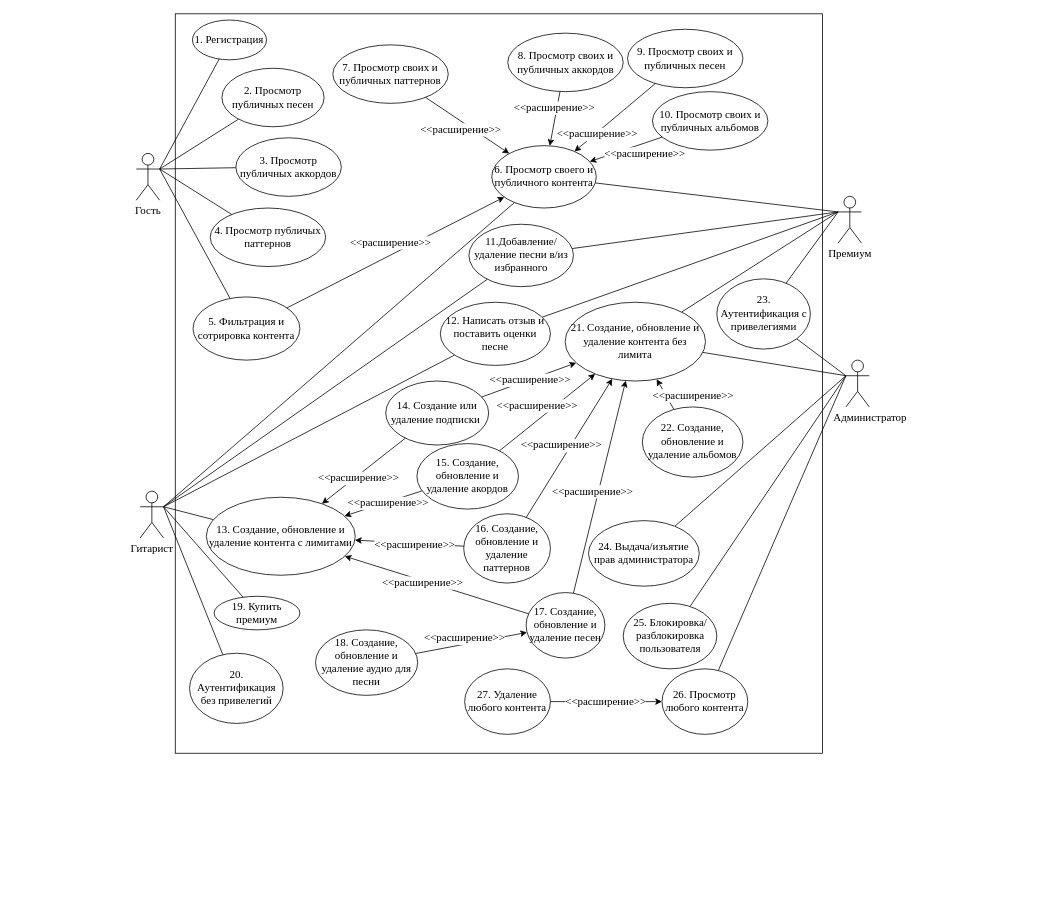
Earlier version of the draw.io diagram Docs/Graph/UseCase.drawio (N1i2/GuitarNotepade). Source tidied: cells renumbered, new cells numbered last; positions are measured from the earlier drawing's top-left corner, leaving out a move shared by most shapes. Both pictures are drawn from the tidied source at 78%, with x=0, y=0 at pixel (136, 13).
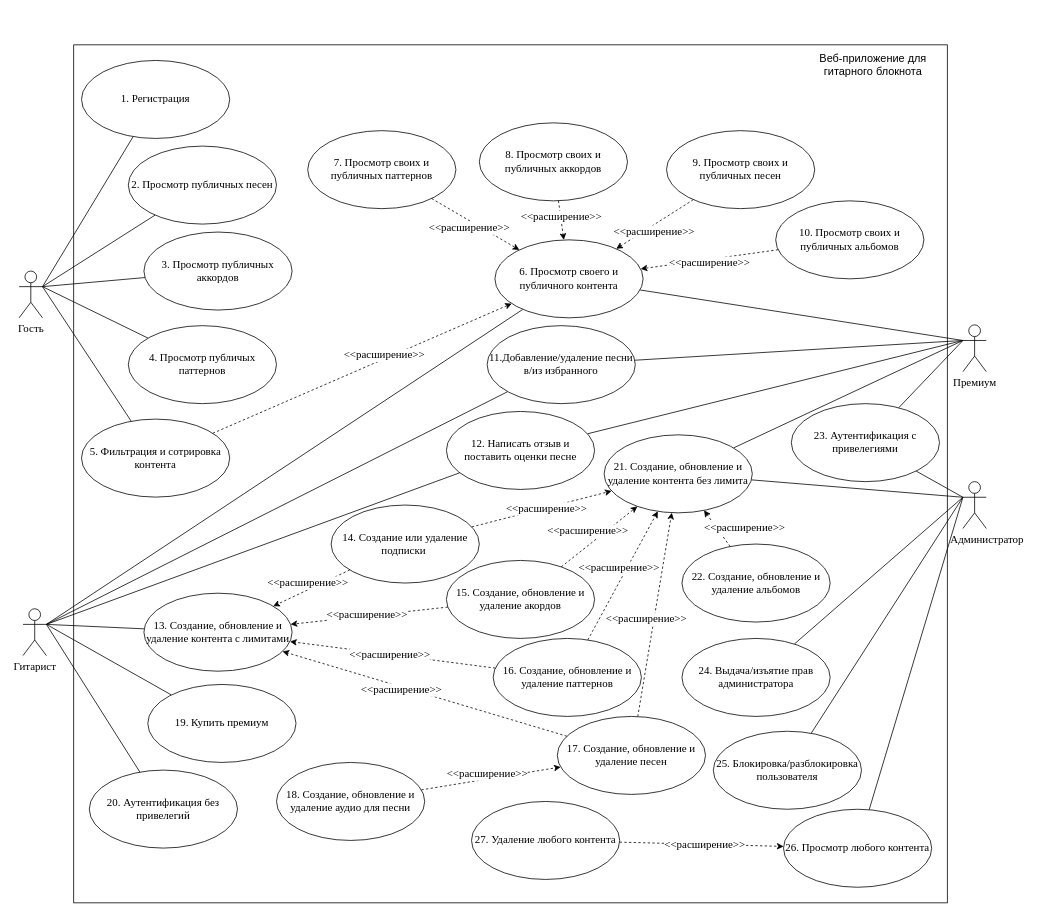
Above is the later version.

Diff of the diagram source:
```diff
@@
     <mxCell id="2" style="rounded=0;whiteSpace=wrap;html=1;fontFamily=Times New Roman;fontSize=14;" parent="1" vertex="1">
-      <mxGeometry x="50.2" y="0.2" width="829.8" height="948" as="geometry" />
+      <mxGeometry x="-80" y="40" width="1120" height="1100" as="geometry" />
     </mxCell>
@@
     <mxCell id="8" value="&lt;font&gt;Гость&lt;/font&gt;" style="shape=umlActor;verticalLabelPosition=bottom;verticalAlign=top;html=1;outlineConnect=0;fontFamily=Times New Roman;fontSize=14;" parent="1" vertex="1">
-      <mxGeometry x="0.2" y="179.2" width="30" height="60" as="geometry" />
+      <mxGeometry x="-150" y="330" width="30" height="60" as="geometry" />
     </mxCell>
@@
     <mxCell id="15" value="Гитарист" style="shape=umlActor;verticalLabelPosition=bottom;verticalAlign=top;html=1;outlineConnect=0;fontFamily=Times New Roman;fontSize=14;" parent="1" vertex="1">
-      <mxGeometry x="5.2" y="612.2" width="30" height="60" as="geometry" />
+      <mxGeometry x="-145" y="763" width="30" height="60" as="geometry" />
     </mxCell>
@@
     <mxCell id="21" value="Премиум" style="shape=umlActor;verticalLabelPosition=bottom;verticalAlign=top;html=1;outlineConnect=0;fontFamily=Times New Roman;fontSize=14;" parent="1" vertex="1">
-      <mxGeometry x="900" y="234.2" width="30" height="60" as="geometry" />
+      <mxGeometry x="1060" y="399" width="30" height="60" as="geometry" />
     </mxCell>
@@
     <mxCell id="27" value="&amp;nbsp; &amp;nbsp; &amp;nbsp; &amp;nbsp; &amp;nbsp;Администратор" style="shape=umlActor;verticalLabelPosition=bottom;verticalAlign=top;html=1;outlineConnect=0;fontFamily=Times New Roman;fontSize=14;" parent="1" vertex="1">
-      <mxGeometry x="910" y="444.2" width="30" height="60" as="geometry" />
+      <mxGeometry x="1060" y="600" width="30" height="60" as="geometry" />
     </mxCell>
     <mxCell id="28" value="&lt;font&gt;1. Регистрация&lt;/font&gt;" style="ellipse;whiteSpace=wrap;html=1;fontFamily=Times New Roman;fontSize=14;" parent="1" vertex="1">
-      <mxGeometry x="72.2" y="8.2" width="95" height="51" as="geometry" />
+      <mxGeometry x="-70" y="60" width="190" height="100" as="geometry" />
     </mxCell>
     <mxCell id="29" value="&lt;font&gt;9. Просмотр своих и публичных песен&lt;/font&gt;" style="ellipse;whiteSpace=wrap;html=1;fontFamily=Times New Roman;fontSize=14;" parent="1" vertex="1">
-      <mxGeometry x="630" y="20" width="148" height="75" as="geometry" />
+      <mxGeometry x="680" y="150" width="190" height="100" as="geometry" />
     </mxCell>
     <mxCell id="30" value="&lt;font&gt;8. Просмотр своих и публичных аккордов&lt;/font&gt;" style="ellipse;whiteSpace=wrap;html=1;fontFamily=Times New Roman;fontSize=14;" parent="1" vertex="1">
-      <mxGeometry x="476.5" y="25" width="148" height="75" as="geometry" />
+      <mxGeometry x="440" y="140" width="190" height="100" as="geometry" />
     </mxCell>
     <mxCell id="31" value="&lt;font&gt;7. Просмотр своих и публичных паттернов&lt;/font&gt;" style="ellipse;whiteSpace=wrap;html=1;fontFamily=Times New Roman;fontSize=14;" parent="1" vertex="1">
-      <mxGeometry x="252.2" y="40" width="148" height="75" as="geometry" />
+      <mxGeometry x="220" y="150" width="190" height="100" as="geometry" />
     </mxCell>
     <mxCell id="32" value="&lt;font&gt;6. Просмотр своего и публичного контента&lt;/font&gt;" style="ellipse;whiteSpace=wrap;html=1;fontFamily=Times New Roman;fontSize=14;" parent="1" vertex="1">
-      <mxGeometry x="456" y="169.2" width="134" height="80" as="geometry" />
+      <mxGeometry x="460" y="290" width="190" height="100" as="geometry" />
     </mxCell>
     <mxCell id="33" value="&lt;font&gt;10. Просмотр своих и публичных альбомов&lt;/font&gt;" style="ellipse;whiteSpace=wrap;html=1;fontFamily=Times New Roman;fontSize=14;" parent="1" vertex="1">
-      <mxGeometry x="662" y="100" width="148" height="75" as="geometry" />
+      <mxGeometry x="820" y="240" width="190" height="100" as="geometry" />
     </mxCell>
-    <mxCell id="34" style="endArrow=classic;html=1;rounded=0;fontFamily=Times New Roman;fontSize=14;" parent="1" edge="1" source="33" target="32">
+    <mxCell id="34" style="endArrow=classic;html=1;rounded=0;fontFamily=Times New Roman;fontSize=14;dashed=1;" parent="1" edge="1" source="33" target="32">
       <mxGeometry relative="1" as="geometry" />
     </mxCell>
     <mxCell id="35" value="&lt;font&gt;&amp;lt;&amp;lt;расширение&amp;gt;&amp;gt;&lt;/font&gt;" style="edgeLabel;html=1;align=center;verticalAlign=middle;fontFamily=Times New Roman;fontSize=14;" parent="34" vertex="1">
       <mxGeometry x="0.16" y="2" relative="1" as="geometry">
-        <mxPoint x="30" y="1" as="offset" />
+        <mxPoint x="13" y="1" as="offset" />
       </mxGeometry>
     </mxCell>
-    <mxCell id="36" style="endArrow=classic;html=1;rounded=0;fontFamily=Times New Roman;fontSize=14;" parent="1" edge="1" source="29" target="32">
+    <mxCell id="36" style="endArrow=classic;html=1;rounded=0;fontFamily=Times New Roman;fontSize=14;dashed=1;" parent="1" edge="1" source="29" target="32">
       <mxGeometry relative="1" as="geometry" />
     </mxCell>
     <mxCell id="37" value="&lt;font&gt;&amp;lt;&amp;lt;расширение&amp;gt;&amp;gt;&lt;/font&gt;" style="edgeLabel;html=1;align=center;verticalAlign=middle;fontFamily=Times New Roman;fontSize=14;" parent="36" vertex="1">
       <mxGeometry x="0.16" y="2" relative="1" as="geometry">
-        <mxPoint x="-16" y="13" as="offset" />
+        <mxPoint x="5" y="3" as="offset" />
       </mxGeometry>
     </mxCell>
-    <mxCell id="38" style="endArrow=classic;html=1;rounded=0;fontFamily=Times New Roman;fontSize=14;" parent="1" edge="1" source="30" target="32">
+    <mxCell id="38" style="endArrow=classic;html=1;rounded=0;fontFamily=Times New Roman;fontSize=14;dashed=1;" parent="1" edge="1" source="30" target="32">
       <mxGeometry relative="1" as="geometry" />
     </mxCell>
     <mxCell id="39" value="&lt;font&gt;&amp;lt;&amp;lt;расширение&amp;gt;&amp;gt;&lt;/font&gt;" style="edgeLabel;html=1;align=center;verticalAlign=middle;fontFamily=Times New Roman;fontSize=14;" parent="38" vertex="1">
       <mxGeometry x="0.16" y="2" relative="1" as="geometry">
-        <mxPoint x="-2" y="-20" as="offset" />
+        <mxPoint x="-3" y="-8" as="offset" />
       </mxGeometry>
     </mxCell>
-    <mxCell id="40" style="endArrow=classic;html=1;rounded=0;fontFamily=Times New Roman;fontSize=14;" parent="1" edge="1" source="31" target="32">
+    <mxCell id="40" style="endArrow=classic;html=1;rounded=0;fontFamily=Times New Roman;fontSize=14;dashed=1;" parent="1" edge="1" source="31" target="32">
       <mxGeometry relative="1" as="geometry" />
     </mxCell>
@@
-    <mxCell id="42" style="endArrow=classic;html=1;rounded=0;fontFamily=Times New Roman;fontSize=14;" parent="1" edge="1" source="84" target="32">
+    <mxCell id="42" style="endArrow=classic;html=1;rounded=0;fontFamily=Times New Roman;fontSize=14;dashed=1;" parent="1" edge="1" source="84" target="32">
       <mxGeometry relative="1" as="geometry" />
     </mxCell>
     <mxCell id="43" value="&lt;font&gt;&amp;lt;&amp;lt;расширение&amp;gt;&amp;gt;&lt;/font&gt;" style="edgeLabel;html=1;align=center;verticalAlign=middle;fontFamily=Times New Roman;fontSize=14;" parent="42" vertex="1">
       <mxGeometry x="0.16" y="2" relative="1" as="geometry">
-        <mxPoint x="-28" as="offset" />
+        <mxPoint x="-2" y="-2" as="offset" />
       </mxGeometry>
     </mxCell>
     <mxCell id="44" value="&lt;font&gt;11.Добавление/удаление песни в/из избранного&lt;/font&gt;" style="ellipse;whiteSpace=wrap;html=1;fontFamily=Times New Roman;fontSize=14;" parent="1" vertex="1">
-      <mxGeometry x="426.7" y="270" width="134" height="80" as="geometry" />
+      <mxGeometry x="450" y="400" width="190" height="100" as="geometry" />
     </mxCell>
     <mxCell id="45" value="&lt;font&gt;13. Создание, обновление и удаление контента с лимитами&lt;/font&gt;" style="ellipse;whiteSpace=wrap;html=1;fontFamily=Times New Roman;fontSize=14;" parent="1" vertex="1">
-      <mxGeometry x="90" y="620" width="191" height="100" as="geometry" />
+      <mxGeometry x="10" y="743" width="190" height="100" as="geometry" />
     </mxCell>
     <mxCell id="46" value="&lt;font&gt;19. Купить премиум&lt;/font&gt;" style="ellipse;whiteSpace=wrap;html=1;fontFamily=Times New Roman;fontSize=14;" parent="1" vertex="1">
-      <mxGeometry x="100" y="747" width="110" height="43" as="geometry" />
+      <mxGeometry x="15" y="860" width="190" height="100" as="geometry" />
     </mxCell>
     <mxCell id="47" value="&lt;font&gt;12. Написать отзыв и поставить оценки песне&lt;/font&gt;" style="ellipse;whiteSpace=wrap;html=1;fontFamily=Times New Roman;fontSize=14;" parent="1" vertex="1">
-      <mxGeometry x="390" y="370" width="141.2" height="81" as="geometry" />
+      <mxGeometry x="397.8" y="510" width="190" height="100" as="geometry" />
     </mxCell>
     <mxCell id="48" value="&lt;font&gt;14. Создание или удаление подписки&amp;nbsp;&lt;/font&gt;" style="ellipse;whiteSpace=wrap;html=1;fontFamily=Times New Roman;fontSize=14;" parent="1" vertex="1">
-      <mxGeometry x="320" y="471" width="132" height="82" as="geometry" />
+      <mxGeometry x="250" y="630" width="190" height="100" as="geometry" />
     </mxCell>
-    <mxCell id="49" style="endArrow=classic;html=1;rounded=0;fontFamily=Times New Roman;fontSize=14;" parent="1" edge="1" source="48" target="45">
+    <mxCell id="49" style="endArrow=classic;html=1;rounded=0;fontFamily=Times New Roman;fontSize=14;dashed=1;" parent="1" edge="1" source="48" target="45">
       <mxGeometry relative="1" as="geometry" />
     </mxCell>
     <mxCell id="50" value="&lt;font&gt;&amp;lt;&amp;lt;расширение&amp;gt;&amp;gt;&lt;/font&gt;" style="edgeLabel;html=1;align=center;verticalAlign=middle;fontFamily=Times New Roman;fontSize=14;" parent="49" vertex="1">
       <mxGeometry x="0.16" y="2" relative="1" as="geometry">
-        <mxPoint y="1" as="offset" />
+        <mxPoint x="2" y="-12" as="offset" />
       </mxGeometry>
     </mxCell>
     <mxCell id="51" value="&lt;font&gt;15. Создание, обновление и удаление акордов&lt;/font&gt;" style="ellipse;whiteSpace=wrap;html=1;fontFamily=Times New Roman;fontSize=14;" parent="1" vertex="1">
-      <mxGeometry x="360" y="551.2" width="130.2" height="84" as="geometry" />
+      <mxGeometry x="397.8" y="701" width="190" height="100" as="geometry" />
     </mxCell>
     <mxCell id="52" value="&lt;font&gt;16. Создание, обновление и удаление паттернов&lt;/font&gt;" style="ellipse;whiteSpace=wrap;html=1;fontFamily=Times New Roman;fontSize=14;" parent="1" vertex="1">
-      <mxGeometry x="420" y="641.2" width="111.2" height="88.8" as="geometry" />
+      <mxGeometry x="457.8" y="801" width="190" height="100" as="geometry" />
     </mxCell>
     <mxCell id="53" value="17. Создание, обновление и удаление песен" style="ellipse;whiteSpace=wrap;html=1;fontFamily=Times New Roman;fontSize=14;" parent="1" vertex="1">
-      <mxGeometry x="500" y="742.2" width="101" height="84" as="geometry" />
+      <mxGeometry x="540" y="901" width="190" height="100" as="geometry" />
     </mxCell>
-    <mxCell id="54" style="endArrow=classic;html=1;rounded=0;fontFamily=Times New Roman;fontSize=14;" parent="1" edge="1" source="51" target="45">
+    <mxCell id="54" style="endArrow=classic;html=1;rounded=0;fontFamily=Times New Roman;fontSize=14;dashed=1;" parent="1" edge="1" source="51" target="45">
       <mxGeometry relative="1" as="geometry" />
     </mxCell>
@@
-    <mxCell id="56" style="endArrow=classic;html=1;rounded=0;fontFamily=Times New Roman;fontSize=14;" parent="1" edge="1" source="52" target="45">
+    <mxCell id="56" style="endArrow=classic;html=1;rounded=0;fontFamily=Times New Roman;fontSize=14;dashed=1;" parent="1" edge="1" source="52" target="45">
       <mxGeometry relative="1" as="geometry" />
     </mxCell>
@@
-    <mxCell id="58" style="endArrow=classic;html=1;rounded=0;fontFamily=Times New Roman;fontSize=14;" parent="1" edge="1" source="53" target="45">
+    <mxCell id="58" style="endArrow=classic;html=1;rounded=0;fontFamily=Times New Roman;fontSize=14;dashed=1;" parent="1" edge="1" source="53" target="45">
       <mxGeometry relative="1" as="geometry" />
     </mxCell>
@@
     <mxCell id="60" value="&lt;font&gt;21. Создание, обновление и удаление контента без лимита&lt;/font&gt;" style="ellipse;whiteSpace=wrap;html=1;fontFamily=Times New Roman;fontSize=14;" parent="1" vertex="1">
-      <mxGeometry x="550" y="370" width="180" height="101" as="geometry" />
+      <mxGeometry x="600" y="540" width="190" height="100" as="geometry" />
     </mxCell>
-    <mxCell id="61" style="endArrow=classic;html=1;rounded=0;fontFamily=Times New Roman;fontSize=14;" parent="1" edge="1" source="48" target="60">
+    <mxCell id="61" style="endArrow=classic;html=1;rounded=0;fontFamily=Times New Roman;fontSize=14;dashed=1;" parent="1" edge="1" source="48" target="60">
       <mxGeometry relative="1" as="geometry" />
     </mxCell>
@@
-    <mxCell id="63" style="endArrow=classic;html=1;rounded=0;fontFamily=Times New Roman;fontSize=14;" parent="1" edge="1" source="51" target="60">
+    <mxCell id="63" style="endArrow=classic;html=1;rounded=0;fontFamily=Times New Roman;fontSize=14;dashed=1;" parent="1" edge="1" source="51" target="60">
       <mxGeometry relative="1" as="geometry" />
     </mxCell>
@@
-    <mxCell id="65" style="endArrow=classic;html=1;rounded=0;fontFamily=Times New Roman;fontSize=14;" parent="1" edge="1" source="52" target="60">
+    <mxCell id="65" style="endArrow=classic;html=1;rounded=0;fontFamily=Times New Roman;fontSize=14;dashed=1;" parent="1" edge="1" source="52" target="60">
       <mxGeometry relative="1" as="geometry" />
     </mxCell>
     <mxCell id="66" value="&lt;font&gt;&amp;lt;&amp;lt;расширение&amp;gt;&amp;gt;&lt;/font&gt;" style="edgeLabel;html=1;align=center;verticalAlign=middle;fontFamily=Times New Roman;fontSize=14;" parent="65" vertex="1">
       <mxGeometry x="0.16" y="2" relative="1" as="geometry">
-        <mxPoint x="-18" y="12" as="offset" />
+        <mxPoint x="-11" y="4" as="offset" />
       </mxGeometry>
     </mxCell>
-    <mxCell id="67" style="endArrow=classic;html=1;rounded=0;fontFamily=Times New Roman;fontSize=14;" parent="1" edge="1" source="53" target="60">
+    <mxCell id="67" style="endArrow=classic;html=1;rounded=0;fontFamily=Times New Roman;fontSize=14;dashed=1;" parent="1" edge="1" source="53" target="60">
       <mxGeometry relative="1" as="geometry" />
     </mxCell>
@@
     <mxCell id="69" value="&lt;font&gt;22. Создание, обновление и удаление альбомов&lt;/font&gt;" style="ellipse;whiteSpace=wrap;html=1;fontFamily=Times New Roman;fontSize=14;" parent="1" vertex="1">
-      <mxGeometry x="649" y="504.2" width="129" height="90" as="geometry" />
+      <mxGeometry x="699.8" y="680" width="190" height="100" as="geometry" />
     </mxCell>
-    <mxCell id="70" style="endArrow=classic;html=1;rounded=0;fontFamily=Times New Roman;fontSize=14;" parent="1" edge="1" source="69" target="60">
+    <mxCell id="70" style="endArrow=classic;html=1;rounded=0;fontFamily=Times New Roman;fontSize=14;dashed=1;" parent="1" edge="1" source="69" target="60">
       <mxGeometry relative="1" as="geometry" />
     </mxCell>
     <mxCell id="71" value="&lt;font&gt;&amp;lt;&amp;lt;расширение&amp;gt;&amp;gt;&lt;/font&gt;" style="edgeLabel;html=1;align=center;verticalAlign=middle;fontFamily=Times New Roman;fontSize=14;" parent="70" vertex="1">
       <mxGeometry x="0.16" y="2" relative="1" as="geometry">
-        <mxPoint x="39" y="4" as="offset" />
+        <mxPoint x="39" y="2" as="offset" />
       </mxGeometry>
     </mxCell>
     <mxCell id="72" value="18. Создание, обновление и удаление аудио для песни" style="ellipse;whiteSpace=wrap;html=1;fontFamily=Times New Roman;fontSize=14;" parent="1" vertex="1">
-      <mxGeometry x="230" y="790" width="131" height="84" as="geometry" />
+      <mxGeometry x="180" y="960" width="190" height="100" as="geometry" />
     </mxCell>
-    <mxCell id="73" style="endArrow=classic;html=1;rounded=0;fontFamily=Times New Roman;fontSize=14;" parent="1" edge="1" source="72" target="53">
+    <mxCell id="73" style="endArrow=classic;html=1;rounded=0;fontFamily=Times New Roman;fontSize=14;dashed=1;" parent="1" edge="1" source="72" target="53">
       <mxGeometry relative="1" as="geometry" />
     </mxCell>
@@
     <mxCell id="75" value="26. Просмотр любого контента" style="ellipse;whiteSpace=wrap;html=1;fontFamily=Times New Roman;fontSize=14;" parent="1" vertex="1">
-      <mxGeometry x="674.2" y="840" width="110" height="84" as="geometry" />
+      <mxGeometry x="830" y="1020" width="190" height="100" as="geometry" />
     </mxCell>
     <mxCell id="76" value="24. Выдача/изъятие прав администратора" style="ellipse;whiteSpace=wrap;html=1;fontFamily=Times New Roman;fontSize=14;" parent="1" vertex="1">
-      <mxGeometry x="580" y="650" width="142" height="84" as="geometry" />
+      <mxGeometry x="699.8" y="801" width="190" height="100" as="geometry" />
     </mxCell>
     <mxCell id="77" value="25. Блокировка/разблокировка пользователя" style="ellipse;whiteSpace=wrap;html=1;fontFamily=Times New Roman;fontSize=14;" parent="1" vertex="1">
-      <mxGeometry x="624.5" y="756" width="120" height="84" as="geometry" />
+      <mxGeometry x="740" y="920" width="190" height="100" as="geometry" />
     </mxCell>
     <mxCell id="78" value="27. Удаление любого контента" style="ellipse;whiteSpace=wrap;html=1;fontFamily=Times New Roman;fontSize=14;" parent="1" vertex="1">
-      <mxGeometry x="421.2" y="840" width="110" height="84" as="geometry" />
+      <mxGeometry x="430" y="1010" width="190" height="100" as="geometry" />
     </mxCell>
-    <mxCell id="79" style="endArrow=classic;html=1;rounded=0;fontFamily=Times New Roman;fontSize=14;" parent="1" edge="1" source="78" target="75">
+    <mxCell id="79" style="endArrow=classic;html=1;rounded=0;fontFamily=Times New Roman;fontSize=14;dashed=1;" parent="1" edge="1" source="78" target="75">
       <mxGeometry relative="1" as="geometry" />
     </mxCell>
@@
     <mxCell id="81" value="&lt;font&gt;2. Просмотр публичных песен&lt;/font&gt;" style="ellipse;whiteSpace=wrap;html=1;fontFamily=Times New Roman;fontSize=14;" parent="1" vertex="1">
-      <mxGeometry x="110" y="70" width="131" height="75" as="geometry" />
+      <mxGeometry x="-10" y="169.8" width="190" height="100" as="geometry" />
     </mxCell>
     <mxCell id="82" value="&lt;font&gt;3. Просмотр публичных аккордов&lt;/font&gt;" style="ellipse;whiteSpace=wrap;html=1;fontFamily=Times New Roman;fontSize=14;" parent="1" vertex="1">
-      <mxGeometry x="127.9" y="159.2" width="135.2" height="75" as="geometry" />
+      <mxGeometry x="10" y="280" width="190" height="100" as="geometry" />
     </mxCell>
     <mxCell id="83" value="&lt;span&gt;4. Просмотр публичых паттернов&lt;/span&gt;" style="ellipse;whiteSpace=wrap;html=1;fontFamily=Times New Roman;fontSize=14;" parent="1" vertex="1">
-      <mxGeometry x="95" y="249.2" width="148" height="75" as="geometry" />
+      <mxGeometry x="-10" y="400" width="190" height="100" as="geometry" />
     </mxCell>
     <mxCell id="84" value="&lt;font&gt;5. Фильтрация и сотрировка контента&lt;/font&gt;" style="ellipse;whiteSpace=wrap;html=1;fontFamily=Times New Roman;fontSize=14;" parent="1" vertex="1">
-      <mxGeometry x="73" y="363.2" width="137" height="81" as="geometry" />
+      <mxGeometry x="-70" y="519.8" width="190" height="100" as="geometry" />
     </mxCell>
     <mxCell id="85" value="20. Аутентификация без привелегий" style="ellipse;whiteSpace=wrap;html=1;fontFamily=Times New Roman;fontSize=14;" parent="1" vertex="1">
-      <mxGeometry x="68.5" y="820" width="120" height="90" as="geometry" />
+      <mxGeometry x="-60" y="969.8" width="190" height="100" as="geometry" />
     </mxCell>
     <mxCell id="86" value="&lt;font&gt;23. Аутентификация с привелегиями&lt;/font&gt;" style="ellipse;whiteSpace=wrap;html=1;fontFamily=Times New Roman;fontSize=14;" parent="1" vertex="1">
-      <mxGeometry x="744.5" y="340" width="120" height="90" as="geometry" />
+      <mxGeometry x="840" y="500" width="190" height="100" as="geometry" />
     </mxCell>
+    <mxCell id="87" value="&lt;font&gt;Веб-приложение для гитарного блокнота&lt;/font&gt;" style="text;html=1;whiteSpace=wrap;strokeColor=none;fillColor=none;align=center;verticalAlign=middle;rounded=0;fontSize=14;" parent="1" vertex="1">
+      <mxGeometry x="850" y="50" width="190" height="30" as="geometry" />
+    </mxCell>
```
